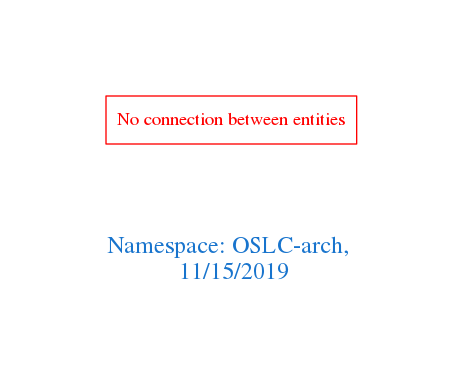
Before: downloads/OSLC-arch.png, a diagram exported from Graphviz (arago/OGIT). Its source is kept beside it as downloads/OSLC-arch.dot.
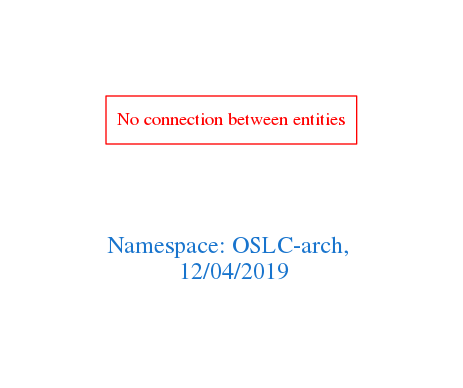
The same file after the commit.

Change to the diagram source:
```diff
@@ -1,7 +1,7 @@
 digraph OGIT_ontology {
  graph [ rankdir= LR,pad=1
 fontsize = 18,
-fontcolor= dodgerblue3,label = "\n\n\nNamespace: OSLC-arch, \n 11/15/2019"];
+fontcolor= dodgerblue3,label = "\n\n\nNamespace: OSLC-arch, \n 12/04/2019"];
 node[shape=polygon];
 edge [  color="gray81"];
 
```
